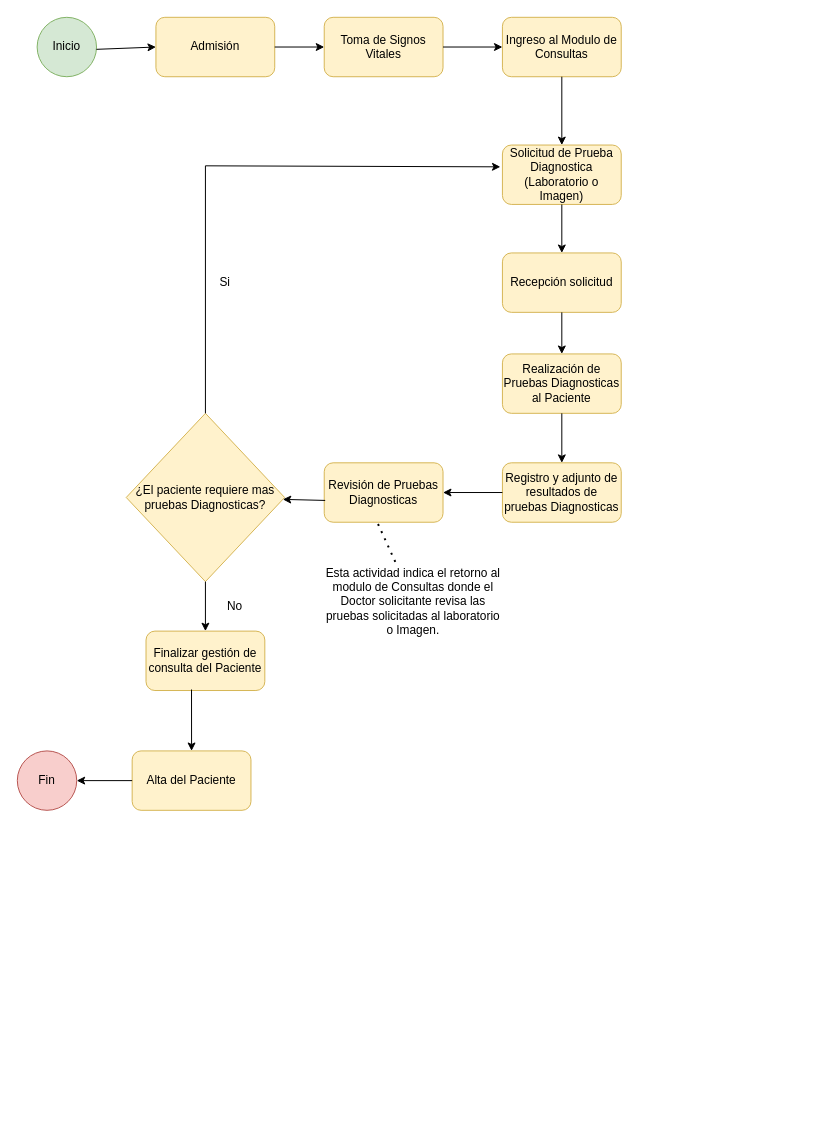
This is page "Diagrama de Laboratorio" (6 of 6) of Untitled Diagram.drawio from marguello86/Equipo1_MINSA, a draw.io file, before an edit. Source tidied: cells renumbered, new cells numbered last; positions are measured from the earlier drawing's top-left corner, leaving out a move shared by most shapes. Both pictures are drawn from the tidied source at 99%, with x=0, y=0 at pixel (17, 17).
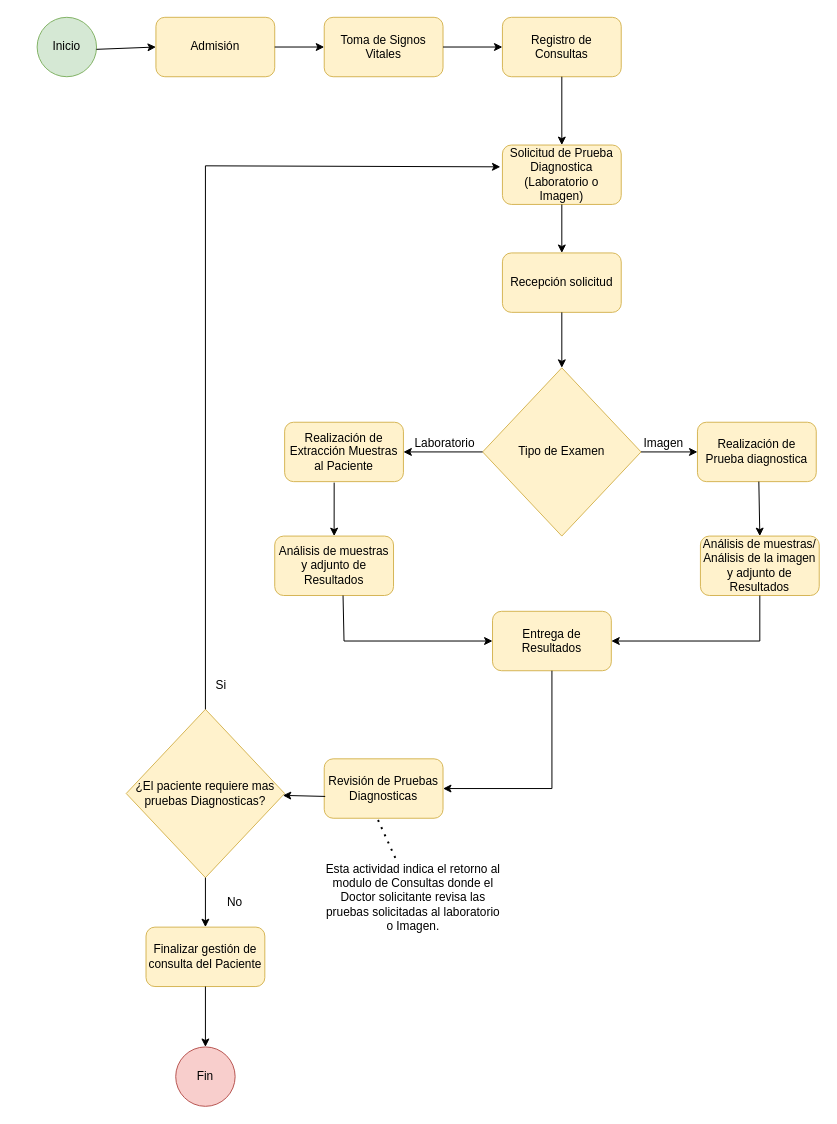
The same page after the edit.

The change refers to these unchanged cells:
```xml
<mxCell id="10" value="Recepción solicitud" style="rounded=1;whiteSpace=wrap;html=1;fillColor=#fff2cc;strokeColor=#d6b656;" parent="1" vertex="1">
  <mxGeometry x="490" y="238" width="120" height="60" as="geometry" />
</mxCell>
```

Diff of the diagram source:
```diff
@@
-    <mxCell id="7" value="Ingreso al Modulo de Consultas" style="rounded=1;whiteSpace=wrap;html=1;fillColor=#fff2cc;strokeColor=#d6b656;" parent="1" vertex="1">
+    <mxCell id="7" value="Registro de Consultas" style="rounded=1;whiteSpace=wrap;html=1;fillColor=#fff2cc;strokeColor=#d6b656;" parent="1" vertex="1">
       <mxGeometry x="490" width="120" height="60" as="geometry" />
     </mxCell>
@@
-    <mxCell id="12" value="Realización de Pruebas Diagnosticas al Paciente" style="rounded=1;whiteSpace=wrap;html=1;fillColor=#fff2cc;strokeColor=#d6b656;" parent="1" vertex="1">
-      <mxGeometry x="490" y="340" width="120" height="60" as="geometry" />
+    <mxCell id="12" value="Realización de Extracción Muestras al Paciente" style="rounded=1;whiteSpace=wrap;html=1;fillColor=#fff2cc;strokeColor=#d6b656;" parent="1" vertex="1">
+      <mxGeometry x="270" y="409" width="120" height="60" as="geometry" />
     </mxCell>
-    <mxCell id="13" value="Alta del Paciente" style="rounded=1;whiteSpace=wrap;html=1;fillColor=#fff2cc;strokeColor=#d6b656;" parent="1" vertex="1">
-      <mxGeometry x="116" y="741" width="120" height="60" as="geometry" />
+    <mxCell id="13" value="Entrega de Resultados" style="rounded=1;whiteSpace=wrap;html=1;fillColor=#fff2cc;strokeColor=#d6b656;" parent="1" vertex="1">
+      <mxGeometry x="480" y="600" width="120" height="60" as="geometry" />
     </mxCell>
-    <mxCell id="14" style="endArrow=classic;html=1;rounded=0;" parent="1" edge="1" source="10" target="12">
-      <mxGeometry relative="1" as="geometry" />
-    </mxCell>
     <mxCell id="15" value="Fin" style="ellipse;whiteSpace=wrap;html=1;fillColor=#f8cecc;strokeColor=#b85450;" parent="1" vertex="1">
-      <mxGeometry y="741" width="60" height="60" as="geometry" />
+      <mxGeometry x="160" y="1040" width="60" height="60" as="geometry" />
     </mxCell>
-    <mxCell id="16" style="endArrow=classic;html=1;rounded=0;exitX=0;exitY=0.5;exitDx=0;exitDy=0;" parent="1" edge="1" source="13" target="15">
-      <mxGeometry relative="1" as="geometry" />
-    </mxCell>
@@
-    <mxCell id="18" value="Registro y adjunto de resultados de pruebas Diagnosticas" style="rounded=1;whiteSpace=wrap;html=1;fillColor=#fff2cc;strokeColor=#d6b656;" parent="1" vertex="1">
-      <mxGeometry x="490" y="450" width="120" height="60" as="geometry" />
+    <mxCell id="18" value="Análisis de muestras y adjunto de Resultados" style="rounded=1;whiteSpace=wrap;html=1;fillColor=#fff2cc;strokeColor=#d6b656;" parent="1" vertex="1">
+      <mxGeometry x="260" y="524" width="120" height="60" as="geometry" />
     </mxCell>
-    <mxCell id="19" style="endArrow=classic;html=1;rounded=0;exitX=0.5;exitY=1;exitDx=0;exitDy=0;" parent="1" edge="1" source="12" target="18">
+    <mxCell id="19" style="endArrow=classic;html=1;rounded=0;exitX=0.417;exitY=1.017;exitDx=0;exitDy=0;exitPerimeter=0;entryX=0.5;entryY=0;entryDx=0;entryDy=0;" parent="1" edge="1" source="12" target="18">
       <mxGeometry relative="1" as="geometry" />
     </mxCell>
     <mxCell id="20" value="Revisión de Pruebas Diagnosticas" style="rounded=1;whiteSpace=wrap;html=1;fillColor=#fff2cc;strokeColor=#d6b656;" parent="1" vertex="1">
-      <mxGeometry x="310" y="450" width="120" height="60" as="geometry" />
+      <mxGeometry x="310" y="749" width="120" height="60" as="geometry" />
     </mxCell>
     <mxCell id="21" value="Esta actividad indica el retorno al modulo de Consultas donde el Doctor solicitante revisa las pruebas solicitadas al laboratorio o Imagen." style="text;html=1;strokeColor=none;fillColor=none;align=center;verticalAlign=middle;whiteSpace=wrap;rounded=0;" parent="1" vertex="1">
-      <mxGeometry x="310" y="550" width="180" height="80" as="geometry" />
+      <mxGeometry x="310" y="849" width="180" height="80" as="geometry" />
     </mxCell>
@@
-    <mxCell id="23" style="endArrow=classic;html=1;rounded=0;exitX=0;exitY=0.5;exitDx=0;exitDy=0;" parent="1" edge="1" source="18" target="20">
-      <mxGeometry relative="1" as="geometry" />
-    </mxCell>
     <mxCell id="24" value="¿El paciente requiere mas pruebas Diagnosticas?" style="rhombus;whiteSpace=wrap;html=1;fillColor=#fff2cc;strokeColor=#d6b656;" parent="1" vertex="1">
-      <mxGeometry x="110" y="400" width="160" height="170" as="geometry" />
+      <mxGeometry x="110" y="699" width="160" height="170" as="geometry" />
     </mxCell>
     <mxCell id="25" value="Si" style="text;html=1;strokeColor=none;fillColor=none;align=center;verticalAlign=middle;whiteSpace=wrap;rounded=0;" parent="1" vertex="1">
-      <mxGeometry x="180" y="253" width="60" height="30" as="geometry" />
+      <mxGeometry x="176" y="660" width="60" height="30" as="geometry" />
     </mxCell>
@@
     <mxCell id="27" value="No" style="text;html=1;strokeColor=none;fillColor=none;align=center;verticalAlign=middle;whiteSpace=wrap;rounded=0;" parent="1" vertex="1">
-      <mxGeometry x="190" y="580" width="60" height="30" as="geometry" />
+      <mxGeometry x="190" y="879" width="60" height="30" as="geometry" />
     </mxCell>
@@
     <mxCell id="29" value="Finalizar gestión de consulta del Paciente" style="rounded=1;whiteSpace=wrap;html=1;fillColor=#fff2cc;strokeColor=#d6b656;" parent="1" vertex="1">
-      <mxGeometry x="130" y="620" width="120" height="60" as="geometry" />
+      <mxGeometry x="130" y="919" width="120" height="60" as="geometry" />
     </mxCell>
@@
-    <mxCell id="31" style="endArrow=classic;html=1;rounded=0;exitX=0.383;exitY=0.983;exitDx=0;exitDy=0;exitPerimeter=0;entryX=0.5;entryY=0;entryDx=0;entryDy=0;" parent="1" edge="1" source="29" target="13">
-      <mxGeometry relative="1" as="geometry" />
-    </mxCell>
+    <mxCell id="32" value="Tipo de Examen" style="rhombus;whiteSpace=wrap;html=1;fillColor=#fff2cc;strokeColor=#d6b656;" parent="1" vertex="1">
+      <mxGeometry x="470" y="354" width="160" height="170" as="geometry" />
+    </mxCell>
+    <mxCell id="33" value="Realización de Prueba diagnostica" style="rounded=1;whiteSpace=wrap;html=1;fillColor=#fff2cc;strokeColor=#d6b656;" parent="1" vertex="1">
+      <mxGeometry x="687" y="409" width="120" height="60" as="geometry" />
+    </mxCell>
+    <mxCell id="34" style="endArrow=classic;html=1;rounded=0;exitX=0;exitY=0.5;exitDx=0;exitDy=0;" parent="1" edge="1" source="32" target="12">
+      <mxGeometry relative="1" as="geometry" />
+    </mxCell>
+    <mxCell id="35" style="endArrow=classic;html=1;rounded=0;exitX=1;exitY=0.5;exitDx=0;exitDy=0;entryX=0;entryY=0.5;entryDx=0;entryDy=0;" parent="1" edge="1" source="32" target="33">
+      <mxGeometry relative="1" as="geometry" />
+    </mxCell>
+    <mxCell id="36" style="endArrow=classic;html=1;rounded=0;exitX=0.5;exitY=1;exitDx=0;exitDy=0;" parent="1" edge="1" source="10" target="32">
+      <mxGeometry relative="1" as="geometry" />
+    </mxCell>
+    <mxCell id="37" value="Laboratorio" style="text;html=1;strokeColor=none;fillColor=none;align=center;verticalAlign=middle;whiteSpace=wrap;rounded=0;" parent="1" vertex="1">
+      <mxGeometry x="402" y="416" width="60" height="30" as="geometry" />
+    </mxCell>
+    <mxCell id="38" value="Imagen" style="text;html=1;strokeColor=none;fillColor=none;align=center;verticalAlign=middle;whiteSpace=wrap;rounded=0;" parent="1" vertex="1">
+      <mxGeometry x="623" y="416" width="60" height="30" as="geometry" />
+    </mxCell>
+    <mxCell id="39" style="endArrow=classic;html=1;rounded=0;exitX=0.5;exitY=1;exitDx=0;exitDy=0;entryX=0.5;entryY=0;entryDx=0;entryDy=0;" parent="1" edge="1" target="40">
+      <mxGeometry relative="1" as="geometry">
+        <mxPoint x="749" y="469" as="sourcePoint" />
+      </mxGeometry>
+    </mxCell>
+    <mxCell id="40" value="Análisis de muestras/ Análisis de la imagen y adjunto de Resultados" style="rounded=1;whiteSpace=wrap;html=1;fillColor=#fff2cc;strokeColor=#d6b656;" parent="1" vertex="1">
+      <mxGeometry x="690" y="524" width="120" height="60" as="geometry" />
+    </mxCell>
+    <mxCell id="41" style="endArrow=classic;html=1;rounded=0;exitX=0.575;exitY=1;exitDx=0;exitDy=0;exitPerimeter=0;entryX=0;entryY=0.5;entryDx=0;entryDy=0;" parent="1" edge="1" source="18" target="13">
+      <mxGeometry relative="1" as="geometry">
+        <Array as="points">
+          <mxPoint x="330" y="630" />
+        </Array>
+      </mxGeometry>
+    </mxCell>
+    <mxCell id="42" style="endArrow=classic;html=1;rounded=0;exitX=0.5;exitY=1;exitDx=0;exitDy=0;entryX=1;entryY=0.5;entryDx=0;entryDy=0;" parent="1" edge="1" source="40" target="13">
+      <mxGeometry relative="1" as="geometry">
+        <Array as="points">
+          <mxPoint x="750" y="630" />
+        </Array>
+      </mxGeometry>
+    </mxCell>
+    <mxCell id="43" style="endArrow=classic;html=1;rounded=0;exitX=0.5;exitY=1;exitDx=0;exitDy=0;entryX=1;entryY=0.5;entryDx=0;entryDy=0;" parent="1" edge="1" source="13" target="20">
+      <mxGeometry relative="1" as="geometry">
+        <Array as="points">
+          <mxPoint x="540" y="779" />
+        </Array>
+      </mxGeometry>
+    </mxCell>
+    <mxCell id="44" style="endArrow=classic;html=1;rounded=0;exitX=0.5;exitY=1;exitDx=0;exitDy=0;entryX=0.5;entryY=0;entryDx=0;entryDy=0;" parent="1" edge="1" source="29" target="15">
+      <mxGeometry relative="1" as="geometry" />
+    </mxCell>
```
